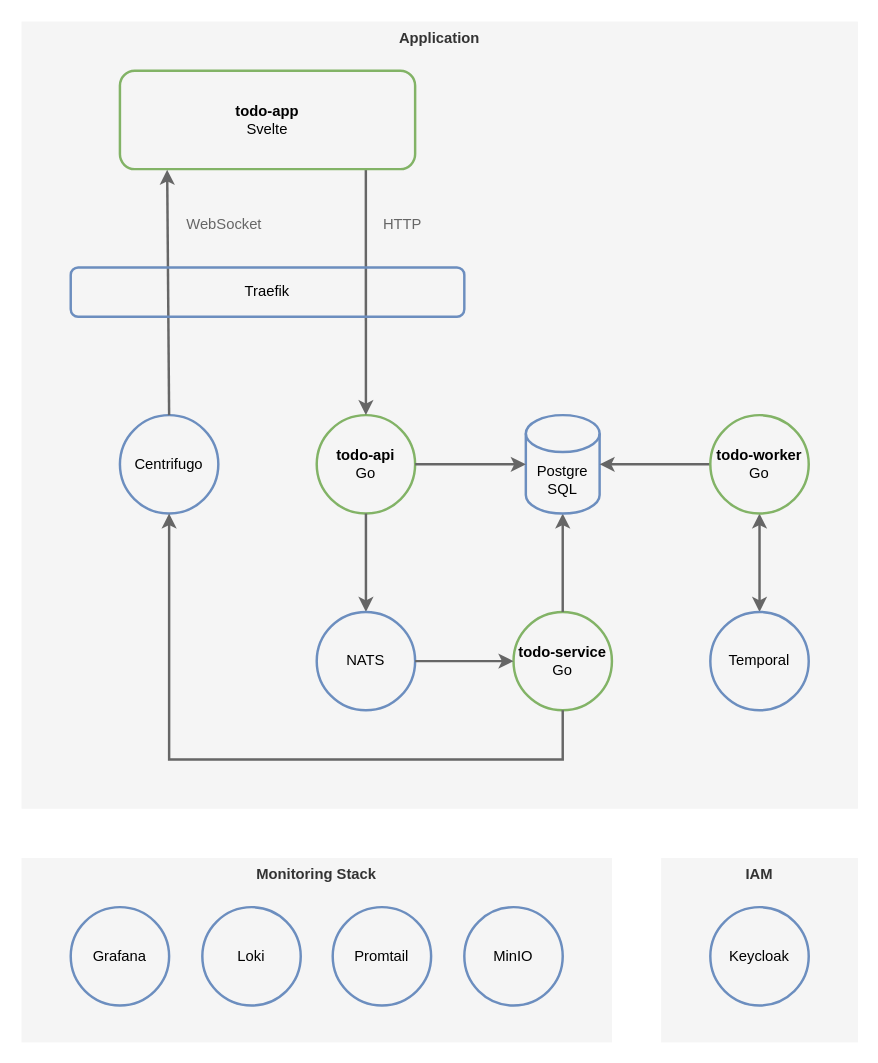
Before: doc/architecture.drawio in heikkilamarko/todo-app, a draw.io diagram. Source tidied: cells renumbered, new cells numbered last; positions are measured from the earlier drawing's top-left corner, leaving out a move shared by most shapes. Both pictures are drawn from the tidied source at 123%, with x=0, y=0 at pixel (21, 21). Pictures stored in the file or linked from it are replaced by grey dashed boxes.
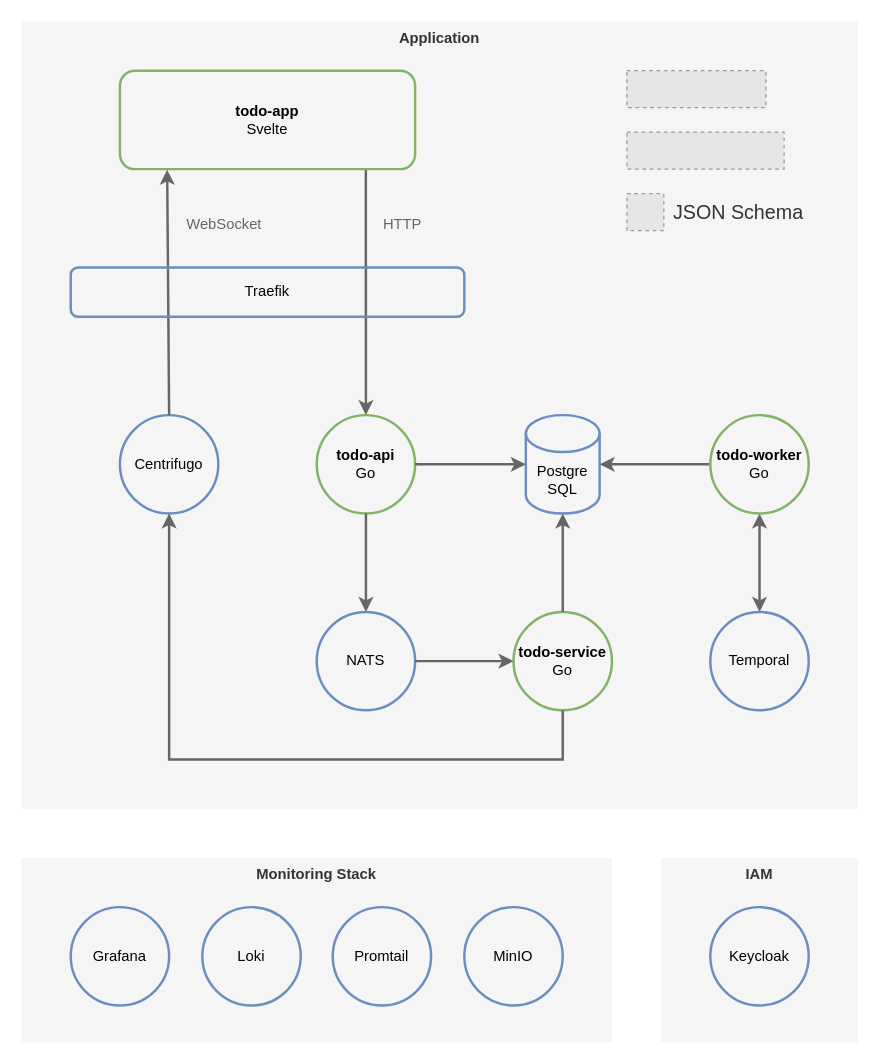
After the change.

Commit message (it also covers changes not shown here):
Update architecture diagram.

Change to the diagram source:
```diff
@@
+    <mxCell id="30" style="fillColor=#E6E6E6;strokeColor=#999999;dashed=1;verticalLabelPosition=bottom;verticalAlign=top;" parent="1" vertex="1">
+      <mxGeometry x="492.2" y="90" width="127.8" height="30" as="geometry" />
+    </mxCell>
+    <mxCell id="31" style="fillColor=#E6E6E6;strokeColor=#999999;dashed=1;verticalLabelPosition=bottom;verticalAlign=top;" parent="1" vertex="1">
+      <mxGeometry x="492.2" y="40" width="113" height="30" as="geometry" />
+    </mxCell>
+    <mxCell id="32" style="group;" parent="1" vertex="1">
+      <mxGeometry x="492.2" y="140" width="147.8" height="30" as="geometry" />
+    </mxCell>
+    <mxCell id="33" style="fillColor=#E6E6E6;strokeColor=#999999;dashed=1;verticalLabelPosition=bottom;verticalAlign=top;" parent="32" vertex="1">
+      <mxGeometry width="30" height="30" as="geometry" />
+    </mxCell>
+    <mxCell id="34" value="JSON Schema" style="text;html=1;strokeColor=none;fillColor=none;align=center;verticalAlign=middle;whiteSpace=wrap;rounded=0;fontStyle=0;fontColor=#333333;fontSize=16;" parent="32" vertex="1">
+      <mxGeometry x="33.9" width="113.9" height="30" as="geometry" />
+    </mxCell>
```
